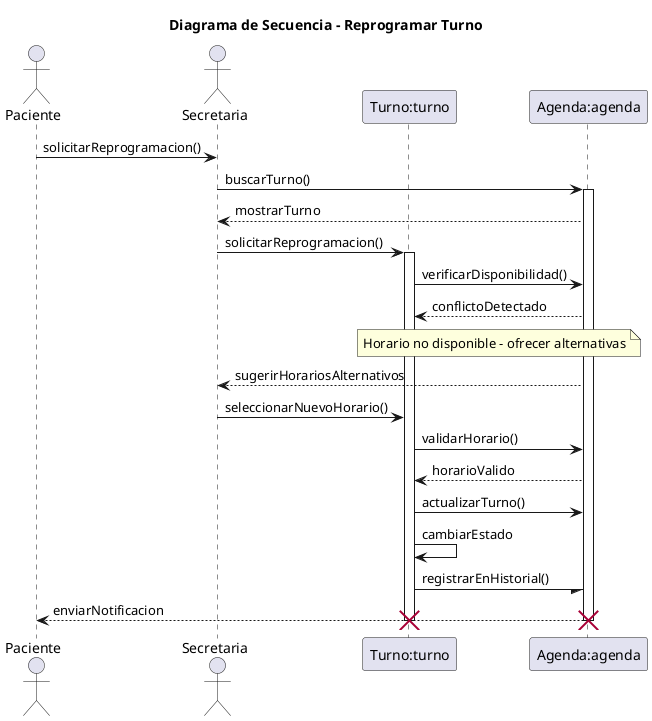
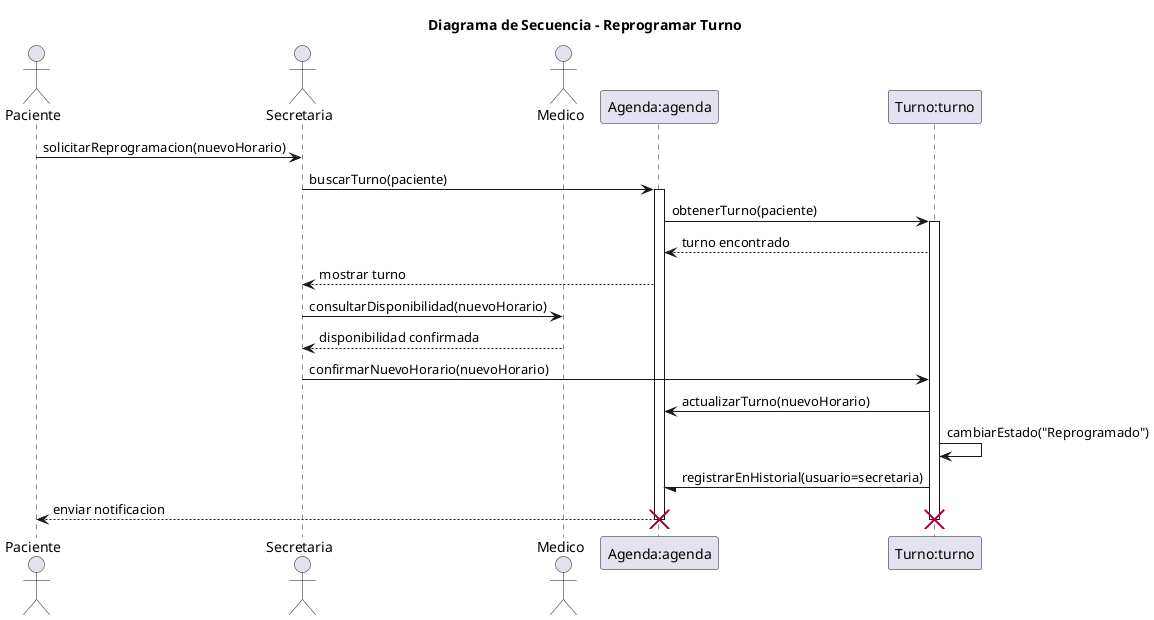
- @startuml 05-secuencia-reprogramar-turno-03
+ @startuml 05-secuencia-reprogramar-turno-02

title Diagrama de Secuencia - Reprogramar Turno
- ' Nombre del escenario: Reprogramar Turno - Flujo Alterno
- ' Archivo: diagramas/03-escenarios-casos-de-uso/03-reprogramar-turno-flujo-alterno.md
- ' Objetivo: Representar la reprogramación de un turno por conflicto de horario, involucrando secretaria, paciente y sistema, basado en responsabilidades de CRC (Secretaria gestiona turnos, Turno reprograma, Agenda verifica disponibilidad).

actor Paciente as paciente
actor Secretaria as secretaria
+ actor Medico as medico
+ 
+ participant "Agenda:agenda" as agenda
participant "Turno:turno" as turno
- participant "Agenda:agenda" as agenda

+ paciente -> secretaria: solicitarReprogramacion(nuevoHorario)
+ secretaria -> agenda: buscarTurno(paciente)

- paciente -> secretaria: solicitarReprogramacion()
- 
- secretaria -> agenda: buscarTurno()
activate agenda

- agenda --> secretaria: mostrarTurno
+ agenda -> turno: obtenerTurno(paciente)

- secretaria -> turno: solicitarReprogramacion()
activate turno

- turno -> agenda: verificarDisponibilidad()
- agenda --> turno: conflictoDetectado
- note over agenda, turno : Horario no disponible - ofrecer alternativas
+ turno --> agenda: turno encontrado

- agenda --> secretaria: sugerirHorariosAlternativos
- secretaria -> turno: seleccionarNuevoHorario()
+ agenda --> secretaria: mostrar turno

- turno -> agenda: validarHorario()
- agenda --> turno: horarioValido
- turno -> agenda: actualizarTurno()
- turno -> turno: cambiarEstado
- turno -/ agenda: registrarEnHistorial()
+ secretaria -> medico: consultarDisponibilidad(nuevoHorario)

- agenda --> paciente: enviarNotificacion
+ medico --> secretaria: disponibilidad confirmada
+ 
+ secretaria -> turno: confirmarNuevoHorario(nuevoHorario)
+ 
+ turno -> agenda: actualizarTurno(nuevoHorario)
+ turno -> turno: cambiarEstado("Reprogramado")
+ turno -/ agenda: registrarEnHistorial(usuario=secretaria)
+ 
+ agenda --> paciente: enviar notificacion

deactivate turno
+ destroy turno
deactivate agenda
- 
- destroy turno
destroy agenda

@enduml